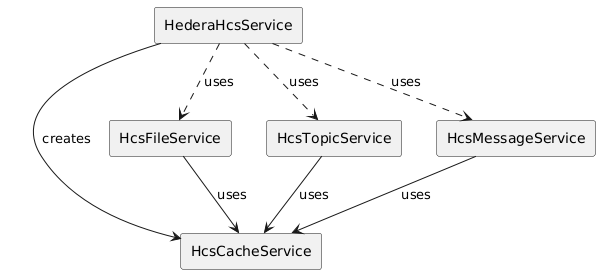
Above: docs/modules/ROOT/images/hedera-hcs-service-diagram.png in hiero-ledger/hiero-did-sdk-js (PlantUML), before the change. Its diagram source:
```plantuml
@startuml
rectangle HederaHcsService
rectangle HcsCacheService
rectangle HcsFileService
rectangle HcsTopicService
rectangle HcsMessageService

HederaHcsService --> HcsCacheService : creates
HederaHcsService ..> HcsFileService : uses
HederaHcsService ..> HcsTopicService : uses
HederaHcsService ..> HcsMessageService : uses

HcsFileService --> HcsCacheService : uses
HcsTopicService --> HcsCacheService : uses
HcsMessageService --> HcsCacheService : uses
@enduml
```
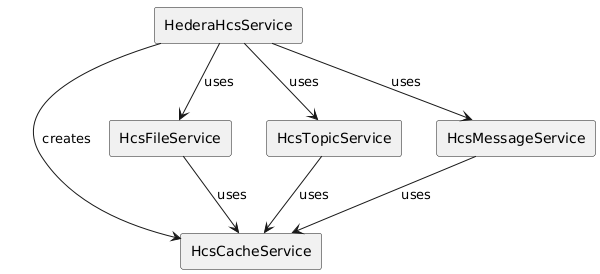
Later version of the same file.

The edit, as a diff of the source:
```diff
@@ -6,9 +6,9 @@
 rectangle HcsMessageService
 
 HederaHcsService --> HcsCacheService : creates
-HederaHcsService ..> HcsFileService : uses
-HederaHcsService ..> HcsTopicService : uses
-HederaHcsService ..> HcsMessageService : uses
+HederaHcsService --> HcsFileService : uses
+HederaHcsService --> HcsTopicService : uses
+HederaHcsService --> HcsMessageService : uses
 
 HcsFileService --> HcsCacheService : uses
 HcsTopicService --> HcsCacheService : uses
```
